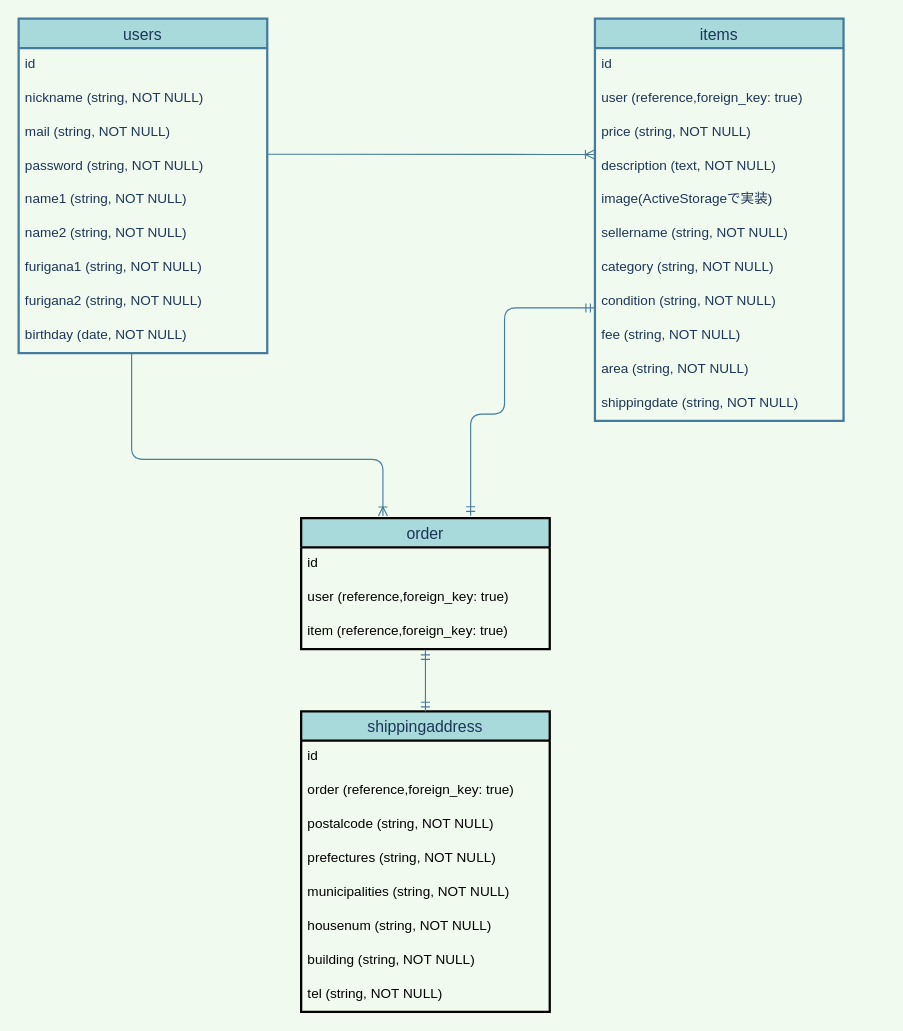
RisaKubota/furima-36738 keeps this draw.io diagram as ER.dio. Above is the earlier version. Source tidied: cells renumbered, new cells numbered last; positions are measured from the earlier drawing's top-left corner, leaving out a move shared by most shapes. Both pictures are drawn from the tidied source at 113%, with x=0, y=0 at pixel (18, 18).
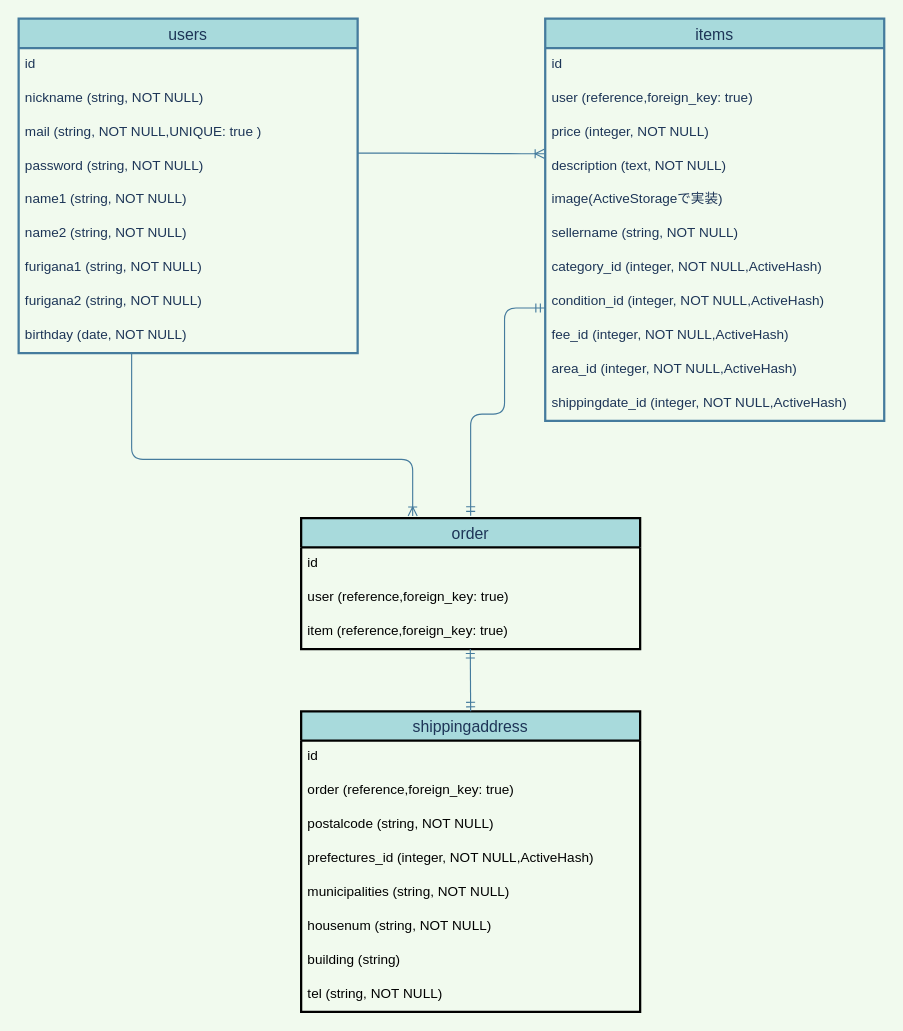
Above is the later version.

What changed in the source:
```diff
@@
     <mxCell id="2" value="users" style="swimlane;fontStyle=0;horizontal=1;startSize=26;align=center;fontSize=14;fontColor=#1D3557;strokeColor=#457B9D;strokeWidth=2;fillColor=#A8DADC;" parent="1" vertex="1">
-      <mxGeometry width="220" height="296" as="geometry" />
+      <mxGeometry width="300" height="296" as="geometry" />
     </mxCell>
     <mxCell id="3" value="id" style="text;strokeColor=none;fillColor=none;spacingLeft=4;spacingRight=4;overflow=hidden;fontSize=12;fontColor=#1D3557;" parent="2" vertex="1">
-      <mxGeometry y="26" width="220" height="30" as="geometry" />
+      <mxGeometry y="26" width="300" height="30" as="geometry" />
     </mxCell>
     <mxCell id="4" value="nickname (string, NOT NULL)" style="text;strokeColor=none;fillColor=none;spacingLeft=4;spacingRight=4;overflow=hidden;fontSize=12;fontColor=#1D3557;" parent="2" vertex="1">
-      <mxGeometry y="56" width="220" height="30" as="geometry" />
+      <mxGeometry y="56" width="300" height="30" as="geometry" />
     </mxCell>
-    <mxCell id="5" value="mail (string, NOT NULL)" style="text;strokeColor=none;fillColor=none;spacingLeft=4;spacingRight=4;overflow=hidden;fontSize=12;fontColor=#1D3557;" parent="2" vertex="1">
-      <mxGeometry y="86" width="220" height="30" as="geometry" />
+    <mxCell id="5" value="mail (string, NOT NULL,UNIQUE: true )" style="text;strokeColor=none;fillColor=none;spacingLeft=4;spacingRight=4;overflow=hidden;fontSize=12;fontColor=#1D3557;" parent="2" vertex="1">
+      <mxGeometry y="86" width="300" height="30" as="geometry" />
     </mxCell>
     <mxCell id="6" value="password (string, NOT NULL)" style="text;strokeColor=none;spacingLeft=4;spacingRight=4;overflow=hidden;fontSize=12;fontColor=#1D3557;" parent="2" vertex="1">
-      <mxGeometry y="116" width="220" height="30" as="geometry" />
+      <mxGeometry y="116" width="300" height="30" as="geometry" />
     </mxCell>
     <mxCell id="7" value="name1 (string, NOT NULL)" style="text;strokeColor=none;spacingLeft=4;spacingRight=4;overflow=hidden;fontSize=12;fontColor=#1D3557;" parent="2" vertex="1">
-      <mxGeometry y="146" width="220" height="30" as="geometry" />
+      <mxGeometry y="146" width="300" height="30" as="geometry" />
     </mxCell>
     <mxCell id="8" value="name2 (string, NOT NULL)" style="text;strokeColor=none;spacingLeft=4;spacingRight=4;overflow=hidden;fontSize=12;fontColor=#1D3557;" parent="2" vertex="1">
-      <mxGeometry y="176" width="220" height="30" as="geometry" />
+      <mxGeometry y="176" width="300" height="30" as="geometry" />
     </mxCell>
     <mxCell id="9" value="furigana1 (string, NOT NULL)" style="text;strokeColor=none;spacingLeft=4;spacingRight=4;overflow=hidden;fontSize=12;fontColor=#1D3557;" parent="2" vertex="1">
-      <mxGeometry y="206" width="220" height="30" as="geometry" />
+      <mxGeometry y="206" width="300" height="30" as="geometry" />
     </mxCell>
     <mxCell id="10" value="furigana2 (string, NOT NULL)" style="text;strokeColor=none;spacingLeft=4;spacingRight=4;overflow=hidden;fontSize=12;fontColor=#1D3557;" parent="2" vertex="1">
-      <mxGeometry y="236" width="220" height="30" as="geometry" />
+      <mxGeometry y="236" width="300" height="30" as="geometry" />
     </mxCell>
     <mxCell id="11" value="birthday (date, NOT NULL)" style="text;strokeColor=none;spacingLeft=4;spacingRight=4;overflow=hidden;points=[[0,0.5],[1,0.5]];portConstraint=eastwest;fontSize=12;fontColor=#1D3557;" parent="2" vertex="1">
-      <mxGeometry y="266" width="220" height="30" as="geometry" />
+      <mxGeometry y="266" width="300" height="30" as="geometry" />
     </mxCell>
     <mxCell id="12" value="items" style="swimlane;fontStyle=0;horizontal=1;startSize=26;align=center;fontSize=14;fontColor=#1D3557;strokeColor=#457B9D;strokeWidth=2;fillColor=#A8DADC;" parent="1" vertex="1">
-      <mxGeometry x="510" width="220" height="356" as="geometry" />
+      <mxGeometry x="466" width="300" height="356" as="geometry" />
     </mxCell>
     <mxCell id="13" value="id" style="text;strokeColor=none;fillColor=none;spacingLeft=4;spacingRight=4;overflow=hidden;fontSize=12;fontColor=#1D3557;" parent="12" vertex="1">
-      <mxGeometry y="26" width="220" height="30" as="geometry" />
+      <mxGeometry y="26" width="300" height="30" as="geometry" />
     </mxCell>
     <mxCell id="14" value="user (reference,foreign_key: true)" style="text;strokeColor=none;fillColor=none;spacingLeft=4;spacingRight=4;overflow=hidden;fontSize=12;fontColor=#1D3557;" parent="12" vertex="1">
-      <mxGeometry y="56" width="220" height="30" as="geometry" />
+      <mxGeometry y="56" width="300" height="30" as="geometry" />
     </mxCell>
-    <mxCell id="15" value="price (string, NOT NULL)" style="text;strokeColor=none;fillColor=none;spacingLeft=4;spacingRight=4;overflow=hidden;fontSize=12;fontColor=#1D3557;" parent="12" vertex="1">
-      <mxGeometry y="86" width="220" height="30" as="geometry" />
+    <mxCell id="15" value="price (integer, NOT NULL)" style="text;strokeColor=none;fillColor=none;spacingLeft=4;spacingRight=4;overflow=hidden;fontSize=12;fontColor=#1D3557;" parent="12" vertex="1">
+      <mxGeometry y="86" width="300" height="30" as="geometry" />
     </mxCell>
     <mxCell id="16" value="description (text, NOT NULL)" style="text;strokeColor=none;fillColor=none;spacingLeft=4;spacingRight=4;overflow=hidden;points=[[0,0.5],[1,0.5]];portConstraint=eastwest;fontSize=12;fontColor=#1D3557;" parent="12" vertex="1">
-      <mxGeometry y="116" width="220" height="30" as="geometry" />
+      <mxGeometry y="116" width="300" height="30" as="geometry" />
     </mxCell>
     <mxCell id="17" value="image(ActiveStorageで実装)" style="text;strokeColor=none;fillColor=none;spacingLeft=4;spacingRight=4;overflow=hidden;fontSize=12;fontColor=#1D3557;" parent="12" vertex="1">
-      <mxGeometry y="146" width="220" height="30" as="geometry" />
+      <mxGeometry y="146" width="300" height="30" as="geometry" />
     </mxCell>
     <mxCell id="18" value="sellername (string, NOT NULL)" style="text;strokeColor=none;fillColor=none;spacingLeft=4;spacingRight=4;overflow=hidden;fontSize=12;fontColor=#1D3557;" parent="12" vertex="1">
-      <mxGeometry y="176" width="220" height="30" as="geometry" />
+      <mxGeometry y="176" width="300" height="30" as="geometry" />
     </mxCell>
-    <mxCell id="19" value="category (string, NOT NULL)" style="text;strokeColor=none;fillColor=none;spacingLeft=4;spacingRight=4;overflow=hidden;fontSize=12;fontColor=#1D3557;" parent="12" vertex="1">
-      <mxGeometry y="206" width="220" height="30" as="geometry" />
+    <mxCell id="19" value="category_id (integer, NOT NULL,ActiveHash)" style="text;strokeColor=none;fillColor=none;spacingLeft=4;spacingRight=4;overflow=hidden;fontSize=12;fontColor=#1D3557;" parent="12" vertex="1">
+      <mxGeometry y="206" width="300" height="30" as="geometry" />
     </mxCell>
-    <mxCell id="20" value="condition (string, NOT NULL)" style="text;strokeColor=none;fillColor=none;spacingLeft=4;spacingRight=4;overflow=hidden;points=[[0,0.5],[1,0.5]];portConstraint=eastwest;fontSize=12;fontColor=#1D3557;" parent="12" vertex="1">
-      <mxGeometry y="236" width="220" height="30" as="geometry" />
+    <mxCell id="20" value="condition_id (integer, NOT NULL,ActiveHash)" style="text;strokeColor=none;fillColor=none;spacingLeft=4;spacingRight=4;overflow=hidden;points=[[0,0.5],[1,0.5]];portConstraint=eastwest;fontSize=12;fontColor=#1D3557;" parent="12" vertex="1">
+      <mxGeometry y="236" width="300" height="30" as="geometry" />
     </mxCell>
-    <mxCell id="21" value="fee (string, NOT NULL)" style="text;strokeColor=none;fillColor=none;spacingLeft=4;spacingRight=4;overflow=hidden;fontSize=12;fontColor=#1D3557;" parent="12" vertex="1">
-      <mxGeometry y="266" width="220" height="30" as="geometry" />
+    <mxCell id="21" value="fee_id (integer, NOT NULL,ActiveHash)" style="text;strokeColor=none;fillColor=none;spacingLeft=4;spacingRight=4;overflow=hidden;fontSize=12;fontColor=#1D3557;" parent="12" vertex="1">
+      <mxGeometry y="266" width="300" height="30" as="geometry" />
     </mxCell>
-    <mxCell id="22" value="area (string, NOT NULL)" style="text;strokeColor=none;fillColor=none;spacingLeft=4;spacingRight=4;overflow=hidden;fontSize=12;fontColor=#1D3557;" parent="12" vertex="1">
-      <mxGeometry y="296" width="220" height="30" as="geometry" />
+    <mxCell id="22" value="area_id (integer, NOT NULL,ActiveHash)" style="text;strokeColor=none;fillColor=none;spacingLeft=4;spacingRight=4;overflow=hidden;fontSize=12;fontColor=#1D3557;" parent="12" vertex="1">
+      <mxGeometry y="296" width="300" height="30" as="geometry" />
     </mxCell>
-    <mxCell id="23" value="shippingdate (string, NOT NULL)" style="text;strokeColor=none;fillColor=none;spacingLeft=4;spacingRight=4;overflow=hidden;fontSize=12;fontColor=#1D3557;" parent="12" vertex="1">
-      <mxGeometry y="326" width="220" height="30" as="geometry" />
+    <mxCell id="23" value="shippingdate_id (integer, NOT NULL,ActiveHash)" style="text;strokeColor=none;fillColor=none;spacingLeft=4;spacingRight=4;overflow=hidden;fontSize=12;fontColor=#1D3557;" parent="12" vertex="1">
+      <mxGeometry y="326" width="300" height="30" as="geometry" />
     </mxCell>
     <mxCell id="24" value="shippingaddress" style="swimlane;fontStyle=0;horizontal=1;startSize=26;align=center;fontSize=14;fontColor=#1D3557;strokeColor=#000000;fillColor=#A8DADC;strokeWidth=2;" parent="1" vertex="1">
-      <mxGeometry x="250" y="613" width="220" height="266" as="geometry" />
+      <mxGeometry x="250" y="613" width="300" height="266" as="geometry" />
     </mxCell>
     <mxCell id="25" value="id" style="text;strokeColor=none;fillColor=none;spacingLeft=4;spacingRight=4;overflow=hidden;fontSize=12;" parent="24" vertex="1">
-      <mxGeometry y="26" width="220" height="30" as="geometry" />
+      <mxGeometry y="26" width="300" height="30" as="geometry" />
     </mxCell>
     <mxCell id="26" value="order (reference,foreign_key: true)" style="text;strokeColor=none;fillColor=none;spacingLeft=4;spacingRight=4;overflow=hidden;fontSize=12;" parent="24" vertex="1">
-      <mxGeometry y="56" width="220" height="30" as="geometry" />
+      <mxGeometry y="56" width="300" height="30" as="geometry" />
     </mxCell>
     <mxCell id="27" value="postalcode (string, NOT NULL)" style="text;strokeColor=none;fillColor=none;spacingLeft=4;spacingRight=4;overflow=hidden;fontSize=12;" parent="24" vertex="1">
-      <mxGeometry y="86" width="220" height="30" as="geometry" />
+      <mxGeometry y="86" width="300" height="30" as="geometry" />
     </mxCell>
-    <mxCell id="28" value="prefectures (string, NOT NULL)" style="text;strokeColor=none;fillColor=none;spacingLeft=4;spacingRight=4;overflow=hidden;fontSize=12;" parent="24" vertex="1">
-      <mxGeometry y="116" width="220" height="30" as="geometry" />
+    <mxCell id="28" value="prefectures_id (integer, NOT NULL,ActiveHash)" style="text;strokeColor=none;fillColor=none;spacingLeft=4;spacingRight=4;overflow=hidden;fontSize=12;" parent="24" vertex="1">
+      <mxGeometry y="116" width="300" height="30" as="geometry" />
     </mxCell>
     <mxCell id="29" value="municipalities (string, NOT NULL)" style="text;strokeColor=none;fillColor=none;spacingLeft=4;spacingRight=4;overflow=hidden;fontSize=12;" parent="24" vertex="1">
-      <mxGeometry y="146" width="220" height="30" as="geometry" />
+      <mxGeometry y="146" width="300" height="30" as="geometry" />
     </mxCell>
     <mxCell id="30" value="housenum (string, NOT NULL)" style="text;strokeColor=none;fillColor=none;spacingLeft=4;spacingRight=4;overflow=hidden;fontSize=12;" parent="24" vertex="1">
-      <mxGeometry y="176" width="220" height="30" as="geometry" />
+      <mxGeometry y="176" width="300" height="30" as="geometry" />
     </mxCell>
-    <mxCell id="31" value="building (string, NOT NULL)" style="text;strokeColor=none;fillColor=none;spacingLeft=4;spacingRight=4;overflow=hidden;fontSize=12;" parent="24" vertex="1">
-      <mxGeometry y="206" width="220" height="30" as="geometry" />
+    <mxCell id="31" value="building (string)" style="text;strokeColor=none;fillColor=none;spacingLeft=4;spacingRight=4;overflow=hidden;fontSize=12;" parent="24" vertex="1">
+      <mxGeometry y="206" width="300" height="30" as="geometry" />
     </mxCell>
     <mxCell id="32" value="tel (string, NOT NULL)" style="text;strokeColor=none;fillColor=none;spacingLeft=4;spacingRight=4;overflow=hidden;fontSize=12;" parent="24" vertex="1">
-      <mxGeometry y="236" width="220" height="30" as="geometry" />
+      <mxGeometry y="236" width="300" height="30" as="geometry" />
     </mxCell>
     <mxCell id="33" value="order" style="swimlane;fontStyle=0;horizontal=1;startSize=26;align=center;fontSize=14;fontColor=#1D3557;strokeColor=#000000;fillColor=#A8DADC;strokeWidth=2;" parent="1" vertex="1">
-      <mxGeometry x="250" y="442" width="220" height="116" as="geometry" />
+      <mxGeometry x="250" y="442" width="300" height="116" as="geometry" />
     </mxCell>
     <mxCell id="34" value="id" style="text;strokeColor=none;fillColor=none;spacingLeft=4;spacingRight=4;overflow=hidden;fontSize=12;" parent="33" vertex="1">
-      <mxGeometry y="26" width="220" height="30" as="geometry" />
+      <mxGeometry y="26" width="300" height="30" as="geometry" />
     </mxCell>
     <mxCell id="35" value="user (reference,foreign_key: true)" style="text;strokeColor=none;fillColor=none;spacingLeft=4;spacingRight=4;overflow=hidden;fontSize=12;" parent="33" vertex="1">
-      <mxGeometry y="56" width="220" height="30" as="geometry" />
+      <mxGeometry y="56" width="300" height="30" as="geometry" />
     </mxCell>
     <mxCell id="36" value="item (reference,foreign_key: true)" style="text;strokeColor=none;fillColor=none;spacingLeft=4;spacingRight=4;overflow=hidden;points=[[0,0.5],[1,0.5]];portConstraint=eastwest;fontSize=12;" parent="33" vertex="1">
-      <mxGeometry y="86" width="220" height="30" as="geometry" />
+      <mxGeometry y="86" width="300" height="30" as="geometry" />
     </mxCell>
-    <mxCell id="37" style="edgeStyle=entityRelationEdgeStyle;fontSize=12;html=1;endArrow=ERoneToMany;fontColor=#1D3557;strokeColor=#457B9D;fillColor=#A8DADC;exitX=1;exitY=0.5;exitDx=0;exitDy=0;entryX=-0.002;entryY=0.174;entryDx=0;entryDy=0;entryPerimeter=0;" parent="1" edge="1">
+    <mxCell id="37" style="edgeStyle=entityRelationEdgeStyle;fontSize=12;html=1;endArrow=ERoneToMany;fontColor=#1D3557;strokeColor=#457B9D;fillColor=#A8DADC;exitX=1.013;exitY=1.1;exitDx=0;exitDy=0;exitPerimeter=0;entryX=-0.003;entryY=0.117;entryDx=0;entryDy=0;entryPerimeter=0;" parent="1" edge="1" target="16">
       <mxGeometry relative="1" as="geometry">
-        <mxPoint x="220" y="120" as="sourcePoint" />
-        <mxPoint x="509.6" y="120.2" as="targetPoint" />
+        <mxPoint x="300" y="119" as="sourcePoint" />
       </mxGeometry>
     </mxCell>
-    <mxCell id="38" style="edgeStyle=orthogonalEdgeStyle;fontSize=12;html=1;endArrow=ERmandOne;startArrow=ERmandOne;fontColor=#1D3557;strokeColor=#457B9D;fillColor=#A8DADC;" parent="1" edge="1">
+    <mxCell id="38" style="edgeStyle=orthogonalEdgeStyle;fontSize=12;html=1;endArrow=ERmandOne;startArrow=ERmandOne;fontColor=#1D3557;strokeColor=#457B9D;fillColor=#A8DADC;entryX=-0.001;entryY=0.669;entryDx=0;entryDy=0;entryPerimeter=0;" parent="1" edge="1" target="20">
       <mxGeometry relative="1" as="geometry">
         <mxPoint x="400" y="440" as="sourcePoint" />
-        <mxPoint x="510" y="256" as="targetPoint" />
         <Array as="points">
-          <mxPoint x="400" y="440" />
           <mxPoint x="400" y="350" />
           <mxPoint x="430" y="350" />
           <mxPoint x="430" y="256" />
         </Array>
       </mxGeometry>
     </mxCell>
@@
-    <mxCell id="40" style="fontSize=12;html=1;endArrow=ERmandOne;startArrow=ERmandOne;fontColor=#1D3557;strokeColor=#457B9D;fillColor=#A8DADC;entryX=0.5;entryY=0;entryDx=0;entryDy=0;" parent="1" edge="1" target="24">
-      <mxGeometry relative="1" as="geometry">
-        <mxPoint x="360" y="559" as="sourcePoint" />
-      </mxGeometry>
+    <mxCell id="40" style="fontSize=12;html=1;endArrow=ERmandOne;startArrow=ERmandOne;fontColor=#1D3557;strokeColor=#457B9D;fillColor=#A8DADC;entryX=0.5;entryY=0;entryDx=0;entryDy=0;exitX=0.499;exitY=0.994;exitDx=0;exitDy=0;exitPerimeter=0;" parent="1" edge="1" source="36" target="24">
+      <mxGeometry relative="1" as="geometry" />
     </mxCell>
```
